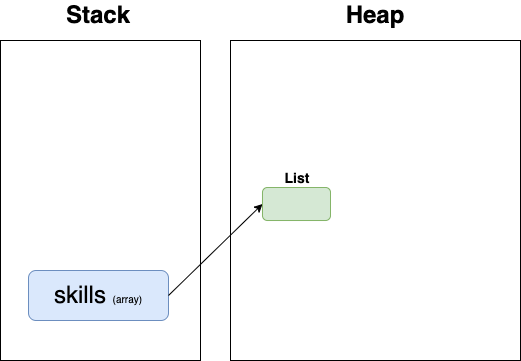
ryehwa/coding_image keeps this draw.io diagram as arraylist1.png. Above is the earlier version. Source tidied: cells renumbered, new cells last; positions are measured from the earlier drawing's top-left corner, leaving out a move shared by most shapes.
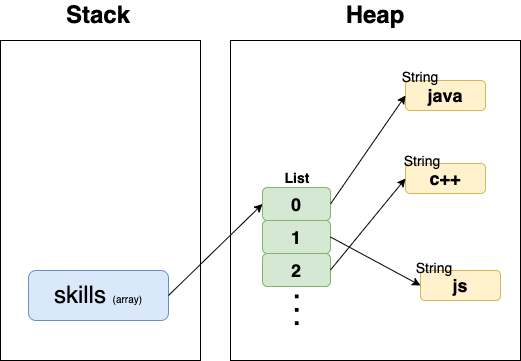
Later version of the same file.

What changed in the source:
```diff
@@ -17,7 +17,7 @@
     <mxCell id="6" value="skills&amp;nbsp;&lt;font style=&quot;font-size: 10px; user-select: auto;&quot;&gt;(array)&lt;/font&gt;" style="rounded=1;whiteSpace=wrap;html=1;fontSize=24;fillColor=#dae8fc;strokeColor=#6c8ebf;" parent="1" vertex="1">
       <mxGeometry x="28" y="270" width="140" height="50" as="geometry" />
     </mxCell>
-    <mxCell id="7" style="rounded=1;whiteSpace=wrap;html=1;fontSize=10;fillColor=#d5e8d4;strokeColor=#82b366;" parent="1" vertex="1">
+    <mxCell id="7" value="&lt;font style=&quot;font-size: 18px; user-select: auto;&quot;&gt;&lt;b&gt;0&lt;/b&gt;&lt;/font&gt;" style="rounded=1;whiteSpace=wrap;html=1;fontSize=10;fillColor=#d5e8d4;strokeColor=#82b366;" parent="1" vertex="1">
       <mxGeometry x="262" y="187" width="68" height="33" as="geometry" />
     </mxCell>
     <mxCell id="8" value="&lt;b style=&quot;user-select: auto;&quot;&gt;&lt;font style=&quot;font-size: 14px;&quot;&gt;List&lt;/font&gt;&lt;/b&gt;" style="text;html=1;strokeColor=none;fillColor=none;align=center;verticalAlign=middle;whiteSpace=wrap;rounded=0;fontSize=10;" parent="1" vertex="1">
@@ -26,5 +26,41 @@
     <mxCell id="9" style="endArrow=classic;html=1;rounded=0;fontSize=14;entryX=0;entryY=0.5;entryDx=0;entryDy=0;exitX=1;exitY=0.5;exitDx=0;exitDy=0;" parent="1" edge="1" source="6" target="7">
       <mxGeometry relative="1" as="geometry" />
     </mxCell>
+    <mxCell id="10" value="&lt;font style=&quot;font-size: 18px; user-select: auto;&quot;&gt;&lt;b&gt;1&lt;/b&gt;&lt;/font&gt;" style="rounded=1;whiteSpace=wrap;html=1;fontSize=10;fillColor=#d5e8d4;strokeColor=#82b366;" parent="1" vertex="1">
+      <mxGeometry x="262" y="220" width="68" height="33" as="geometry" />
+    </mxCell>
+    <mxCell id="11" value="&lt;font style=&quot;font-size: 18px; user-select: auto;&quot;&gt;&lt;b&gt;2&lt;/b&gt;&lt;/font&gt;" style="rounded=1;whiteSpace=wrap;html=1;fontSize=10;fillColor=#d5e8d4;strokeColor=#82b366;" parent="1" vertex="1">
+      <mxGeometry x="262" y="253" width="68" height="33" as="geometry" />
+    </mxCell>
+    <mxCell id="12" value="&lt;b&gt;java&lt;/b&gt;" style="rounded=1;whiteSpace=wrap;html=1;fontSize=18;fillColor=#fff2cc;strokeColor=#d6b656;" parent="1" vertex="1">
+      <mxGeometry x="405" y="80" width="80" height="30" as="geometry" />
+    </mxCell>
+    <mxCell id="13" value="&lt;b&gt;c++&lt;/b&gt;" style="rounded=1;whiteSpace=wrap;html=1;fontSize=18;fillColor=#fff2cc;strokeColor=#d6b656;" parent="1" vertex="1">
+      <mxGeometry x="405" y="163" width="80" height="30" as="geometry" />
+    </mxCell>
+    <mxCell id="14" value="&lt;b&gt;js&lt;/b&gt;" style="rounded=1;whiteSpace=wrap;html=1;fontSize=18;fillColor=#fff2cc;strokeColor=#d6b656;" parent="1" vertex="1">
+      <mxGeometry x="420" y="270" width="80" height="30" as="geometry" />
+    </mxCell>
+    <mxCell id="15" value="&lt;font style=&quot;font-size: 14px;&quot;&gt;String&lt;/font&gt;" style="text;html=1;strokeColor=none;fillColor=none;align=center;verticalAlign=middle;whiteSpace=wrap;rounded=0;fontSize=18;" parent="1" vertex="1">
+      <mxGeometry x="393" y="65" width="54" height="20" as="geometry" />
+    </mxCell>
+    <mxCell id="16" value="&lt;font style=&quot;font-size: 14px;&quot;&gt;String&lt;/font&gt;" style="text;html=1;strokeColor=none;fillColor=none;align=center;verticalAlign=middle;whiteSpace=wrap;rounded=0;fontSize=18;" parent="1" vertex="1">
+      <mxGeometry x="395" y="149" width="54" height="20" as="geometry" />
+    </mxCell>
+    <mxCell id="17" value="&lt;font style=&quot;font-size: 14px;&quot;&gt;String&lt;/font&gt;" style="text;html=1;strokeColor=none;fillColor=none;align=center;verticalAlign=middle;whiteSpace=wrap;rounded=0;fontSize=18;" parent="1" vertex="1">
+      <mxGeometry x="407" y="256" width="54" height="20" as="geometry" />
+    </mxCell>
+    <mxCell id="18" style="endArrow=classic;html=1;rounded=0;fontSize=14;exitX=1;exitY=0.5;exitDx=0;exitDy=0;entryX=0;entryY=0.5;entryDx=0;entryDy=0;" parent="1" edge="1" source="7" target="12">
+      <mxGeometry relative="1" as="geometry" />
+    </mxCell>
+    <mxCell id="19" style="endArrow=classic;html=1;rounded=0;fontSize=14;exitX=1;exitY=0.5;exitDx=0;exitDy=0;entryX=0;entryY=0.5;entryDx=0;entryDy=0;" parent="1" edge="1" source="10" target="14">
+      <mxGeometry relative="1" as="geometry" />
+    </mxCell>
+    <mxCell id="20" style="endArrow=classic;html=1;rounded=0;fontSize=14;exitX=1;exitY=0.5;exitDx=0;exitDy=0;entryX=0;entryY=0.5;entryDx=0;entryDy=0;" parent="1" edge="1" source="11" target="13">
+      <mxGeometry relative="1" as="geometry" />
+    </mxCell>
+    <mxCell id="21" value="&lt;b style=&quot;user-select: auto;&quot;&gt;&lt;font style=&quot;font-size: 24px;&quot;&gt;. . .&lt;/font&gt;&lt;/b&gt;" style="text;html=1;strokeColor=none;fillColor=none;align=center;verticalAlign=middle;whiteSpace=wrap;rounded=0;fontSize=14;rotation=90;" parent="1" vertex="1">
+      <mxGeometry x="273" y="295" width="60" height="30" as="geometry" />
+    </mxCell>
   </root>
 </mxGraphModel>
```
